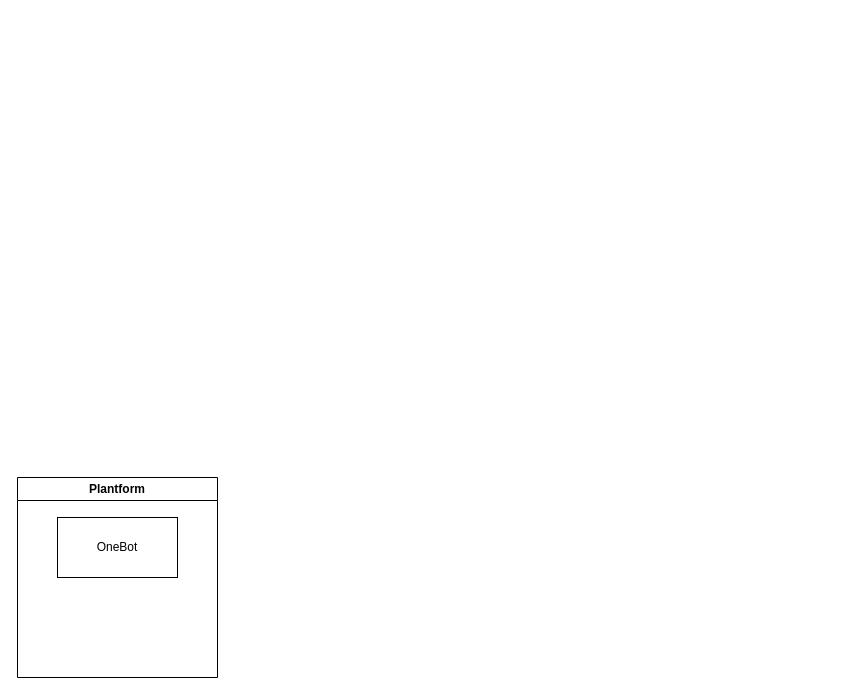
Earlier version of the draw.io diagram drawio/sys.drawio (waterare/static.CDN). Source tidied: cells renumbered, new cells numbered last; positions are measured from the earlier drawing's top-left corner, leaving out a move shared by most shapes. Both pictures are drawn from the tidied source at 100%, with x=0, y=0 at pixel (17, 477).
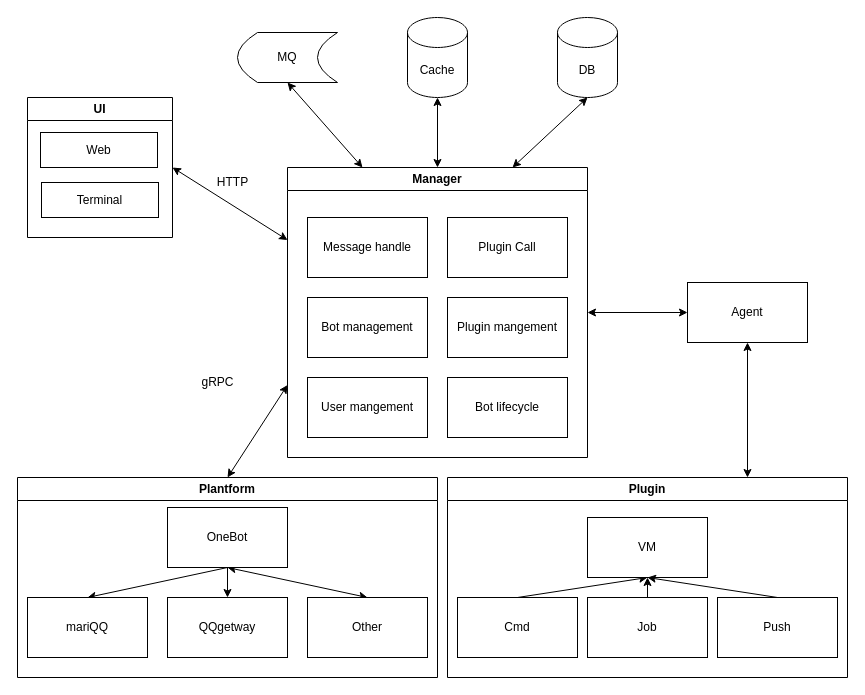
Above is the later version.

Change to the diagram source:
```diff
@@
+    <mxCell id="4" style="edgeStyle=none;html=1;exitX=0.5;exitY=0;exitDx=0;exitDy=0;entryX=0;entryY=0.75;entryDx=0;entryDy=0;startArrow=classic;startFill=1;" parent="1" edge="1" source="2" target="15">
+      <mxGeometry relative="1" as="geometry" />
+    </mxCell>
     <mxCell id="2" value="Plantform" style="swimlane;whiteSpace=wrap;html=1;" parent="1" vertex="1">
-      <mxGeometry width="200" height="200" as="geometry" />
+      <mxGeometry width="420" height="200" as="geometry" />
     </mxCell>
+    <mxCell id="5" style="edgeStyle=none;html=1;exitX=0.5;exitY=1;exitDx=0;exitDy=0;entryX=0.5;entryY=0;entryDx=0;entryDy=0;" parent="2" edge="1" source="3" target="8">
+      <mxGeometry relative="1" as="geometry" />
+    </mxCell>
+    <mxCell id="6" style="edgeStyle=none;html=1;exitX=0.5;exitY=1;exitDx=0;exitDy=0;entryX=0.5;entryY=0;entryDx=0;entryDy=0;" parent="2" edge="1" source="3" target="9">
+      <mxGeometry relative="1" as="geometry" />
+    </mxCell>
+    <mxCell id="7" style="edgeStyle=none;html=1;exitX=0.5;exitY=1;exitDx=0;exitDy=0;entryX=0.5;entryY=0;entryDx=0;entryDy=0;startArrow=classic;startFill=1;endArrow=classic;endFill=1;" parent="2" edge="1" source="3" target="10">
+      <mxGeometry relative="1" as="geometry" />
+    </mxCell>
     <mxCell id="3" value="OneBot" style="rounded=0;whiteSpace=wrap;html=1;" parent="2" vertex="1">
-      <mxGeometry x="40" y="40" width="120" height="60" as="geometry" />
+      <mxGeometry x="150" y="30" width="120" height="60" as="geometry" />
     </mxCell>
+    <mxCell id="8" value="mariQQ" style="rounded=0;whiteSpace=wrap;html=1;" parent="2" vertex="1">
+      <mxGeometry x="10" y="120" width="120" height="60" as="geometry" />
+    </mxCell>
+    <mxCell id="9" value="QQgetway" style="rounded=0;whiteSpace=wrap;html=1;" parent="2" vertex="1">
+      <mxGeometry x="150" y="120" width="120" height="60" as="geometry" />
+    </mxCell>
+    <mxCell id="10" value="Other" style="rounded=0;whiteSpace=wrap;html=1;" parent="2" vertex="1">
+      <mxGeometry x="290" y="120" width="120" height="60" as="geometry" />
+    </mxCell>
+    <mxCell id="11" style="edgeStyle=none;html=1;exitX=0;exitY=0.25;exitDx=0;exitDy=0;entryX=1;entryY=0.5;entryDx=0;entryDy=0;startArrow=classic;startFill=1;endArrow=classic;endFill=1;" parent="1" edge="1" source="15" target="38">
+      <mxGeometry relative="1" as="geometry" />
+    </mxCell>
+    <mxCell id="12" style="edgeStyle=none;html=1;exitX=0.25;exitY=0;exitDx=0;exitDy=0;entryX=0.5;entryY=1;entryDx=0;entryDy=0;startArrow=classic;startFill=1;endArrow=classic;endFill=1;" parent="1" edge="1" source="15" target="35">
+      <mxGeometry relative="1" as="geometry" />
+    </mxCell>
+    <mxCell id="13" style="edgeStyle=none;html=1;exitX=0.5;exitY=0;exitDx=0;exitDy=0;entryX=0.5;entryY=1;entryDx=0;entryDy=0;entryPerimeter=0;startArrow=classic;startFill=1;endArrow=classic;endFill=1;" parent="1" edge="1" source="15" target="36">
+      <mxGeometry relative="1" as="geometry" />
+    </mxCell>
+    <mxCell id="14" style="edgeStyle=none;html=1;exitX=0.75;exitY=0;exitDx=0;exitDy=0;entryX=0.5;entryY=1;entryDx=0;entryDy=0;entryPerimeter=0;startArrow=classic;startFill=1;endArrow=classic;endFill=1;" parent="1" edge="1" source="15" target="34">
+      <mxGeometry relative="1" as="geometry" />
+    </mxCell>
+    <mxCell id="15" value="Manager" style="swimlane;whiteSpace=wrap;html=1;" parent="1" vertex="1">
+      <mxGeometry x="270" y="-310" width="300" height="290" as="geometry" />
+    </mxCell>
+    <mxCell id="16" value="Message handle" style="rounded=0;whiteSpace=wrap;html=1;labelBackgroundColor=none;" parent="15" vertex="1">
+      <mxGeometry x="20" y="50" width="120" height="60" as="geometry" />
+    </mxCell>
+    <mxCell id="17" value="Plugin Call" style="rounded=0;whiteSpace=wrap;html=1;labelBackgroundColor=none;" parent="15" vertex="1">
+      <mxGeometry x="160" y="50" width="120" height="60" as="geometry" />
+    </mxCell>
+    <mxCell id="18" value="Bot management" style="rounded=0;whiteSpace=wrap;html=1;labelBackgroundColor=none;" parent="15" vertex="1">
+      <mxGeometry x="20" y="130" width="120" height="60" as="geometry" />
+    </mxCell>
+    <mxCell id="19" value="Plugin mangement" style="rounded=0;whiteSpace=wrap;html=1;labelBackgroundColor=none;" parent="15" vertex="1">
+      <mxGeometry x="160" y="130" width="120" height="60" as="geometry" />
+    </mxCell>
+    <mxCell id="20" value="User mangement" style="rounded=0;whiteSpace=wrap;html=1;labelBackgroundColor=none;" parent="15" vertex="1">
+      <mxGeometry x="20" y="210" width="120" height="60" as="geometry" />
+    </mxCell>
+    <mxCell id="21" value="Bot lifecycle" style="rounded=0;whiteSpace=wrap;html=1;labelBackgroundColor=none;" parent="15" vertex="1">
+      <mxGeometry x="160" y="210" width="120" height="60" as="geometry" />
+    </mxCell>
+    <mxCell id="22" style="edgeStyle=none;html=1;exitX=0.75;exitY=0;exitDx=0;exitDy=0;entryX=0.5;entryY=1;entryDx=0;entryDy=0;startArrow=classic;startFill=1;endArrow=classic;endFill=1;" parent="1" edge="1" source="23" target="33">
+      <mxGeometry relative="1" as="geometry" />
+    </mxCell>
+    <mxCell id="23" value="Plugin" style="swimlane;whiteSpace=wrap;html=1;" parent="1" vertex="1">
+      <mxGeometry x="430" width="400" height="200" as="geometry" />
+    </mxCell>
+    <mxCell id="24" style="edgeStyle=none;html=1;exitX=0.5;exitY=1;exitDx=0;exitDy=0;entryX=0.5;entryY=0;entryDx=0;entryDy=0;startArrow=classic;startFill=1;endArrow=none;endFill=0;" parent="23" edge="1" source="26" target="27">
+      <mxGeometry relative="1" as="geometry" />
+    </mxCell>
+    <mxCell id="25" style="edgeStyle=none;html=1;exitX=0.5;exitY=1;exitDx=0;exitDy=0;entryX=0.5;entryY=0;entryDx=0;entryDy=0;startArrow=classic;startFill=1;endArrow=none;endFill=0;" parent="23" edge="1" source="26" target="28">
+      <mxGeometry relative="1" as="geometry" />
+    </mxCell>
+    <mxCell id="26" value="VM" style="rounded=0;whiteSpace=wrap;html=1;labelBackgroundColor=none;" parent="23" vertex="1">
+      <mxGeometry x="140" y="40" width="120" height="60" as="geometry" />
+    </mxCell>
+    <mxCell id="27" value="Cmd" style="rounded=0;whiteSpace=wrap;html=1;labelBackgroundColor=none;" parent="23" vertex="1">
+      <mxGeometry x="10" y="120" width="120" height="60" as="geometry" />
+    </mxCell>
+    <mxCell id="28" value="Job" style="rounded=0;whiteSpace=wrap;html=1;labelBackgroundColor=none;" parent="23" vertex="1">
+      <mxGeometry x="140" y="120" width="120" height="60" as="geometry" />
+    </mxCell>
+    <mxCell id="29" style="edgeStyle=none;html=1;exitX=0.5;exitY=0;exitDx=0;exitDy=0;entryX=0.5;entryY=1;entryDx=0;entryDy=0;startArrow=none;startFill=0;endArrow=classic;endFill=1;" parent="23" edge="1" source="30" target="26">
+      <mxGeometry relative="1" as="geometry" />
+    </mxCell>
+    <mxCell id="30" value="Push" style="rounded=0;whiteSpace=wrap;html=1;labelBackgroundColor=none;" parent="23" vertex="1">
+      <mxGeometry x="270" y="120" width="120" height="60" as="geometry" />
+    </mxCell>
+    <mxCell id="31" value="gRPC" style="text;html=1;align=center;verticalAlign=middle;strokeColor=none;fillColor=none;labelBackgroundColor=none;" parent="1" vertex="1">
+      <mxGeometry x="170" y="-110" width="60" height="30" as="geometry" />
+    </mxCell>
+    <mxCell id="32" style="edgeStyle=none;html=1;exitX=0;exitY=0.5;exitDx=0;exitDy=0;entryX=1;entryY=0.5;entryDx=0;entryDy=0;startArrow=classic;startFill=1;endArrow=classic;endFill=1;" parent="1" edge="1" source="33" target="15">
+      <mxGeometry relative="1" as="geometry" />
+    </mxCell>
+    <mxCell id="33" value="Agent" style="rounded=0;whiteSpace=wrap;html=1;labelBackgroundColor=none;" parent="1" vertex="1">
+      <mxGeometry x="670" y="-195" width="120" height="60" as="geometry" />
+    </mxCell>
+    <mxCell id="34" value="DB" style="shape=cylinder3;whiteSpace=wrap;html=1;boundedLbl=1;backgroundOutline=1;size=15;labelBackgroundColor=none;" parent="1" vertex="1">
+      <mxGeometry x="540" y="-460" width="60" height="80" as="geometry" />
+    </mxCell>
+    <mxCell id="35" value="MQ" style="shape=dataStorage;whiteSpace=wrap;html=1;fixedSize=1;labelBackgroundColor=none;" parent="1" vertex="1">
+      <mxGeometry x="220" y="-445" width="100" height="50" as="geometry" />
+    </mxCell>
+    <mxCell id="36" value="Cache" style="shape=cylinder3;whiteSpace=wrap;html=1;boundedLbl=1;backgroundOutline=1;size=15;labelBackgroundColor=none;" parent="1" vertex="1">
+      <mxGeometry x="390" y="-460" width="60" height="80" as="geometry" />
+    </mxCell>
+    <mxCell id="37" value="&lt;span style=&quot;&quot;&gt;HTTP&lt;/span&gt;" style="text;html=1;align=center;verticalAlign=middle;strokeColor=none;fillColor=none;" parent="1" vertex="1">
+      <mxGeometry x="190" y="-310" width="50" height="30" as="geometry" />
+    </mxCell>
+    <mxCell id="38" value="UI" style="swimlane;whiteSpace=wrap;html=1;labelBackgroundColor=none;" parent="1" vertex="1">
+      <mxGeometry x="10" y="-380" width="145" height="140" as="geometry" />
+    </mxCell>
+    <mxCell id="39" value="Web" style="rounded=0;whiteSpace=wrap;html=1;labelBackgroundColor=none;" parent="38" vertex="1">
+      <mxGeometry x="13" y="35" width="117" height="35" as="geometry" />
+    </mxCell>
+    <mxCell id="40" value="Terminal" style="rounded=0;whiteSpace=wrap;html=1;labelBackgroundColor=none;" parent="38" vertex="1">
+      <mxGeometry x="14" y="85" width="117" height="35" as="geometry" />
+    </mxCell>
```
